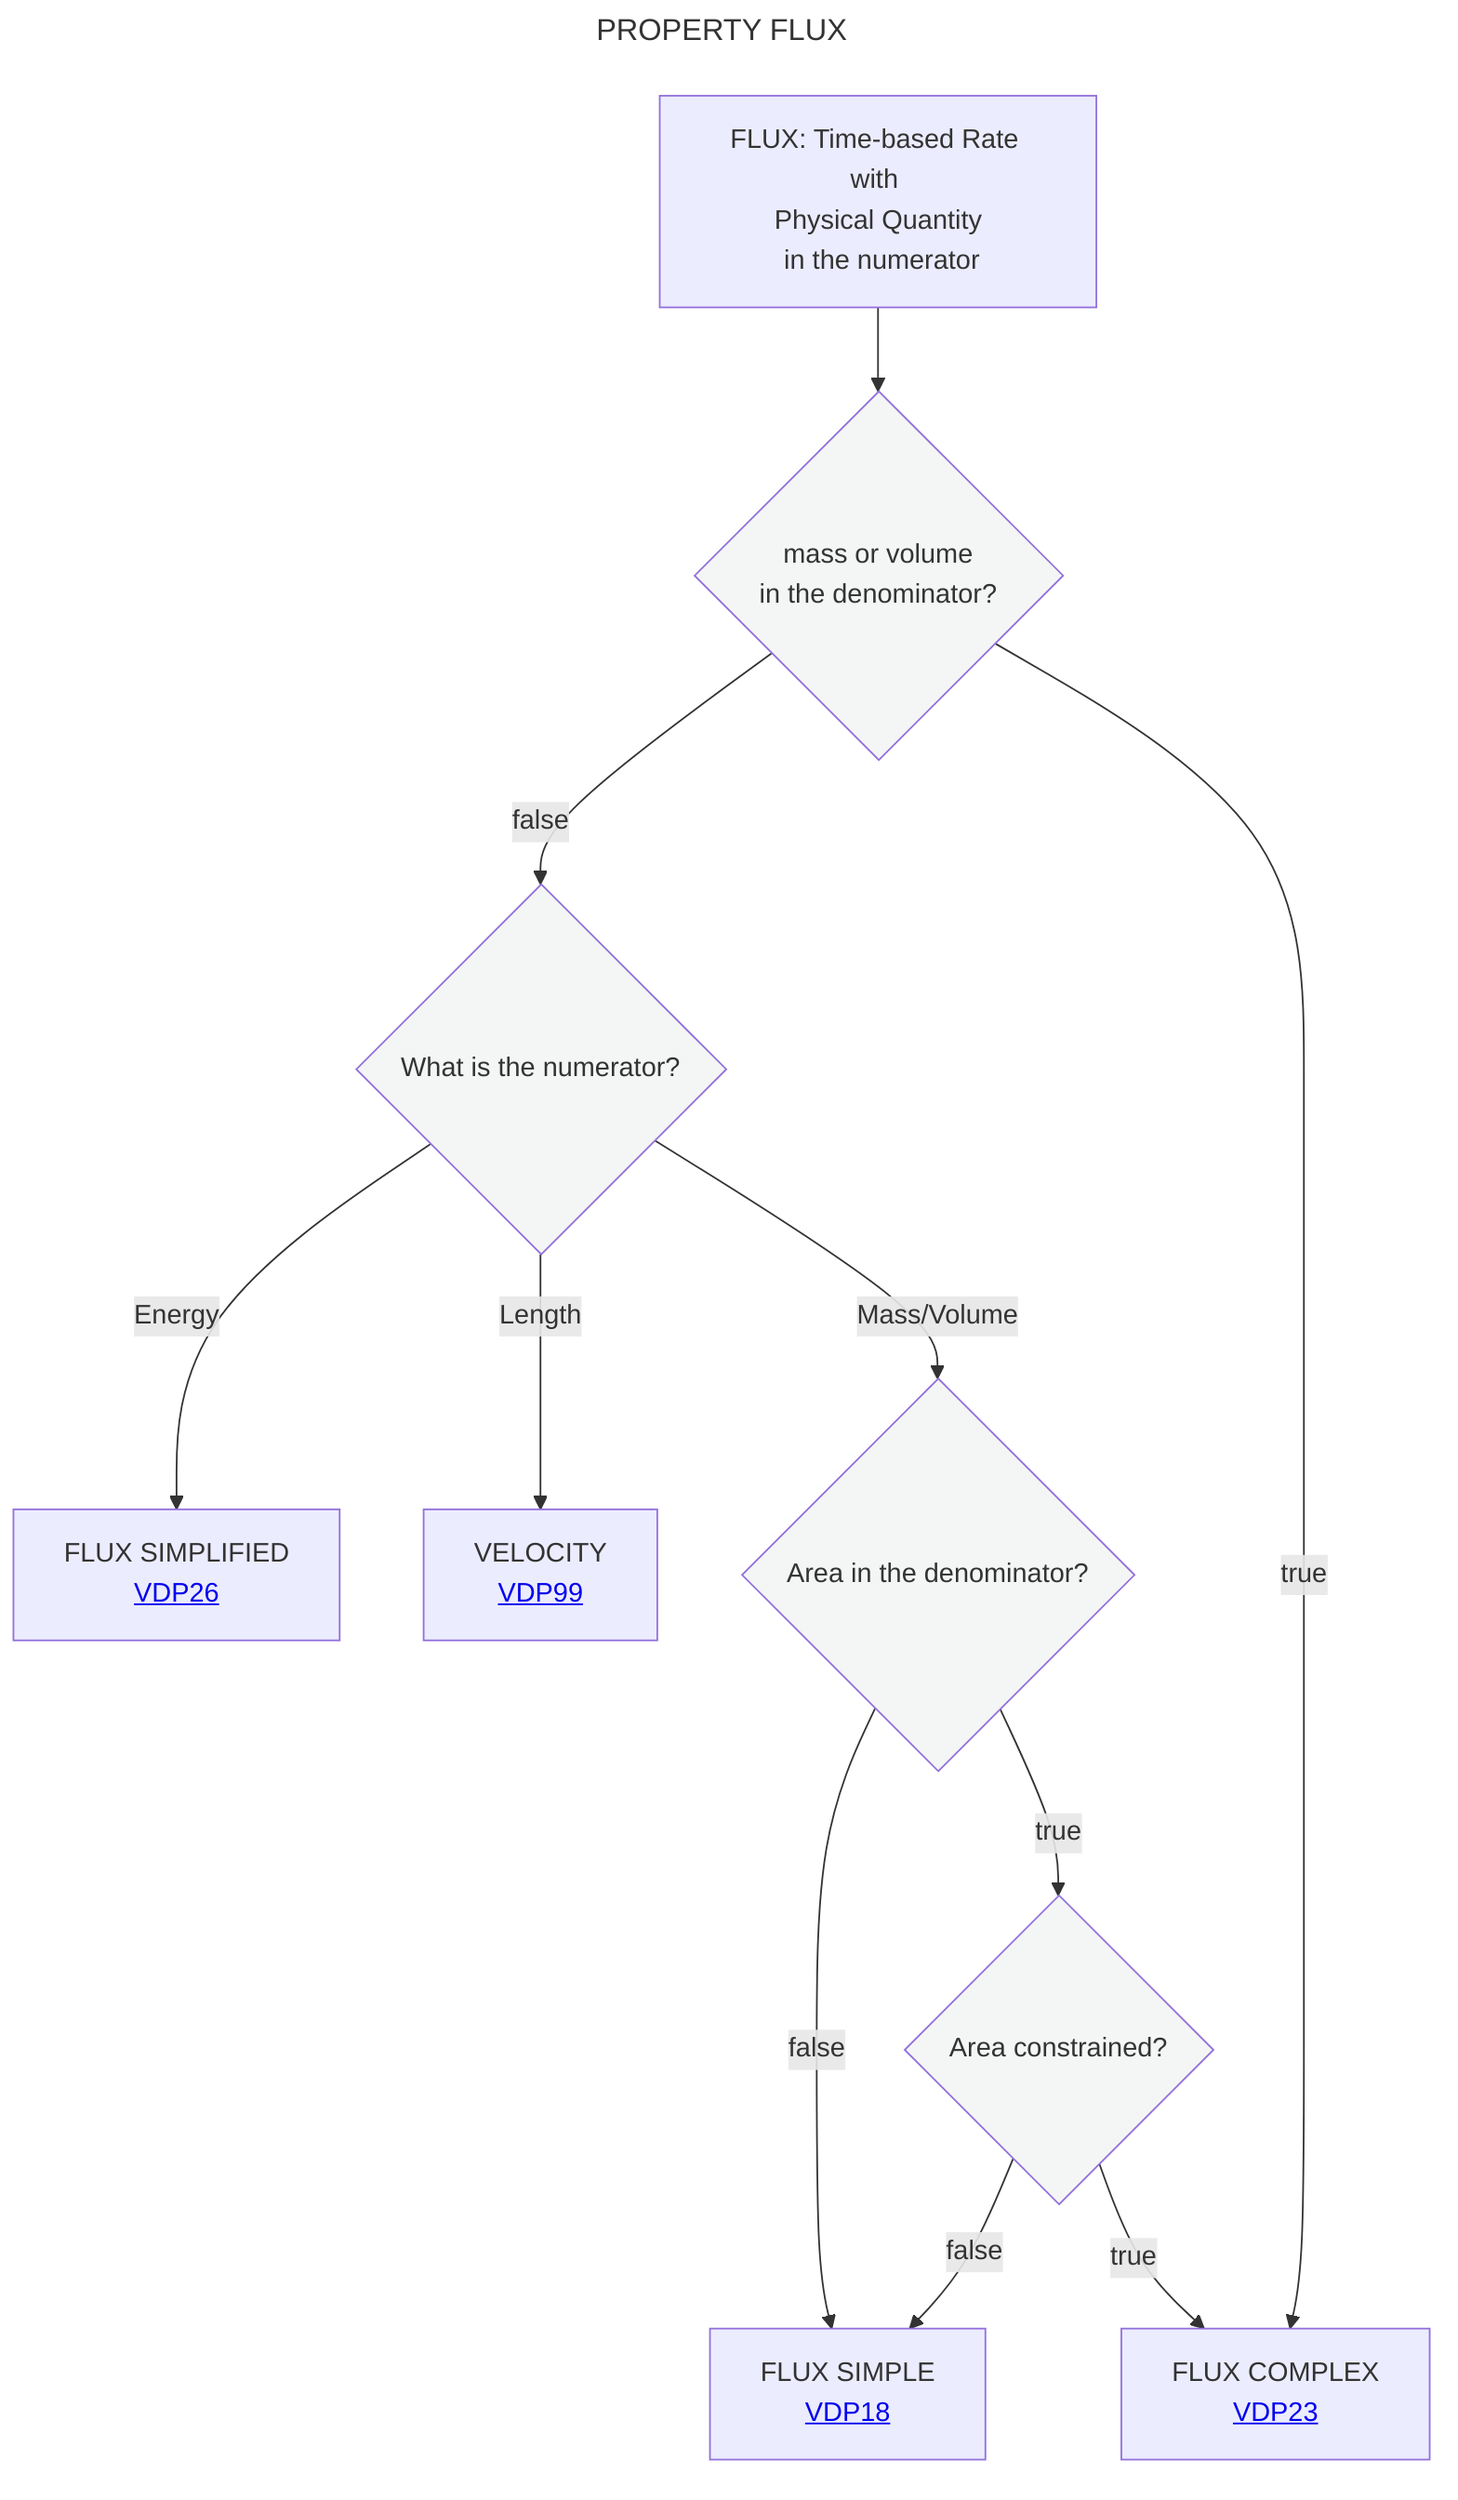
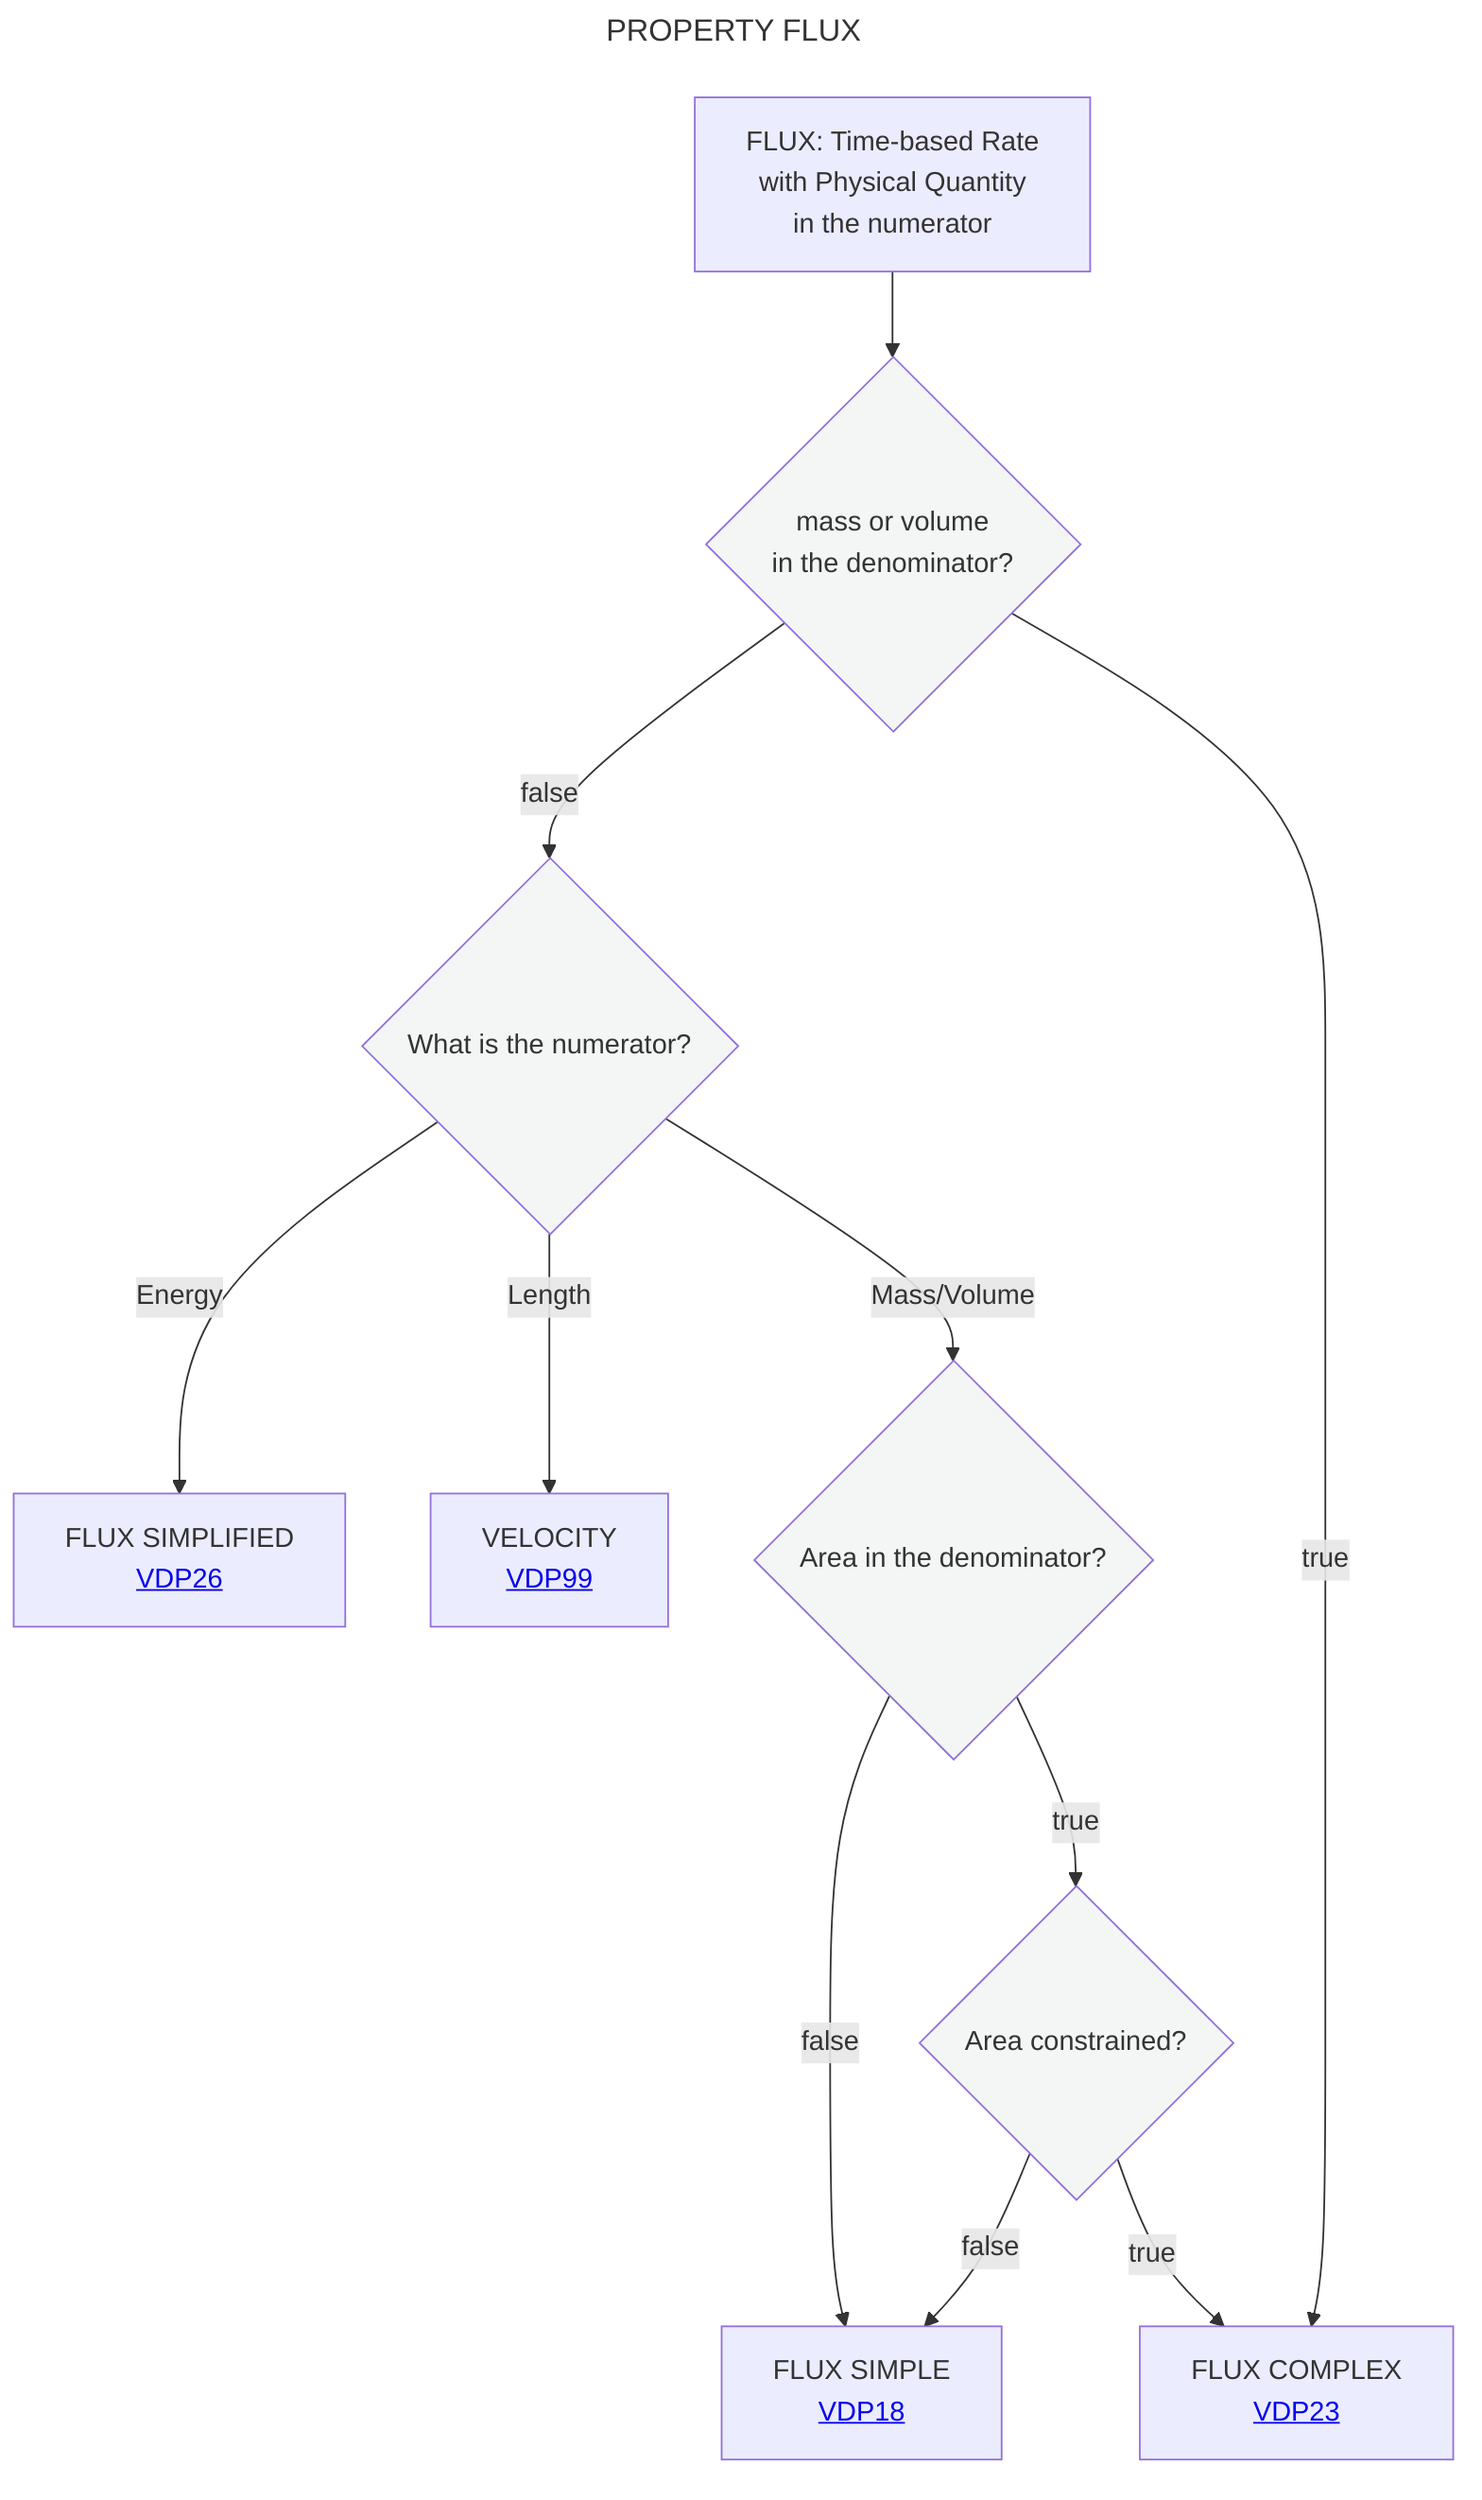
---
title: PROPERTY FLUX
---
flowchart TD
-     A[FLUX: Time-based Rate with <br> Physical Quantity <br> in the numerator] --> B{mass or volume <br> in the denominator?}:::white
+     A[FLUX: Time-based Rate <br> with Physical Quantity <br> in the numerator] --> B{mass or volume <br> in the denominator?}:::white
    B --> |false|C{What is the numerator?}:::white
    C -- Energy--> D[FLUX SIMPLIFIED <br> <a href='https://github.com/mabablue/I-ADOPT-patterns-playground/blob/main/pattern/VDP26.yaml'>VDP26</a>]
    C -- Length --> E[VELOCITY <br> <a href='https://github.com/mabablue/I-ADOPT-patterns-playground/blob/main/pattern/VDP99.yaml'>VDP99</a]
    C -- Mass/Volume --> F{Area in the denominator?}:::white
    F --> |true|G{Area constrained?}:::white
    G --> |true|H[FLUX COMPLEX <br> <a href='https://github.com/mabablue/I-ADOPT-patterns-playground/blob/main/pattern/VDP23.yaml'>VDP23</a>]
    F --> |false|I[FLUX SIMPLE <br> <a href='https://github.com/mabablue/I-ADOPT-patterns-playground/blob/main/pattern/VDP18.yaml'>VDP18</a>]
    G --> |false|I
    B --> |true|H
   classDef blue fill:#90D5FF
   classDef satblue fill:#57B9FF
   classDef white fill:#f3f6f4
   classDef green fill:#6aa84f
